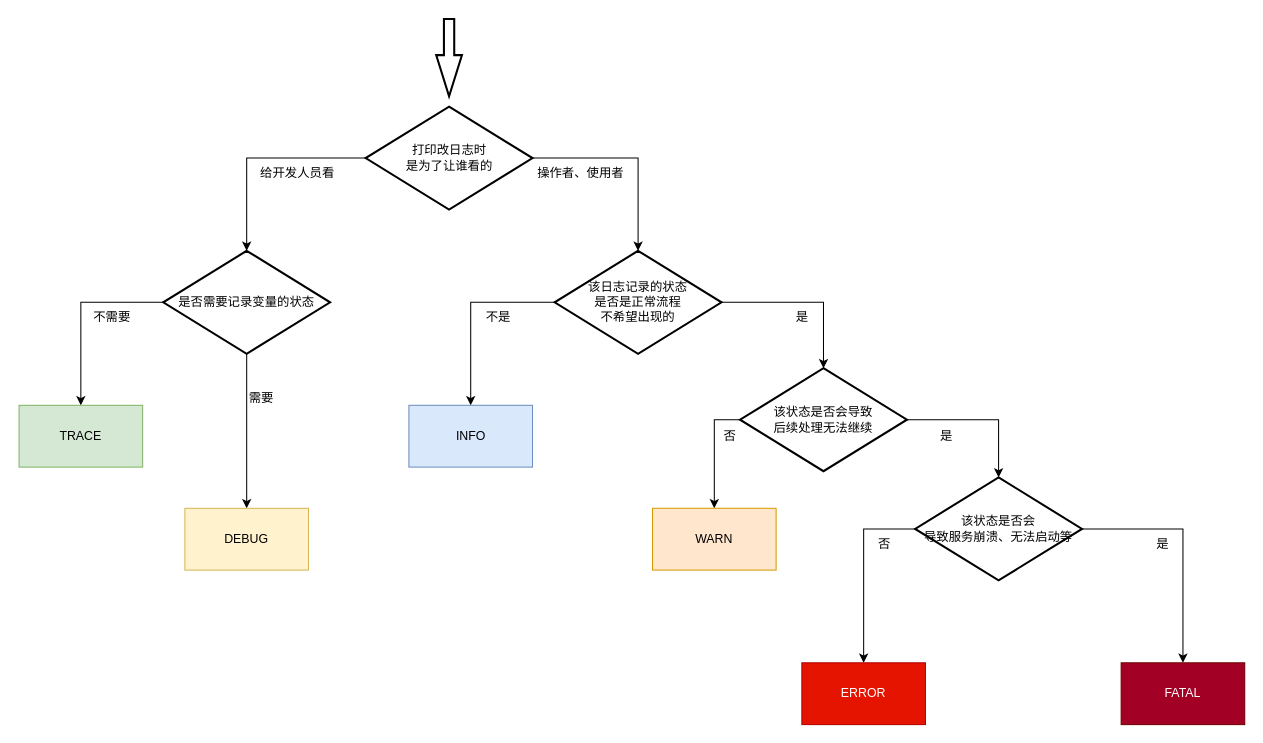
Earlier version of the draw.io diagram 日志级别.drawio (Rain-ziyu/img). Source tidied: cells renumbered, new cells numbered last; positions are measured from the earlier drawing's top-left corner, leaving out a move shared by most shapes. Both pictures are drawn from the tidied source at 103%, with x=0, y=0 at pixel (19, 19).
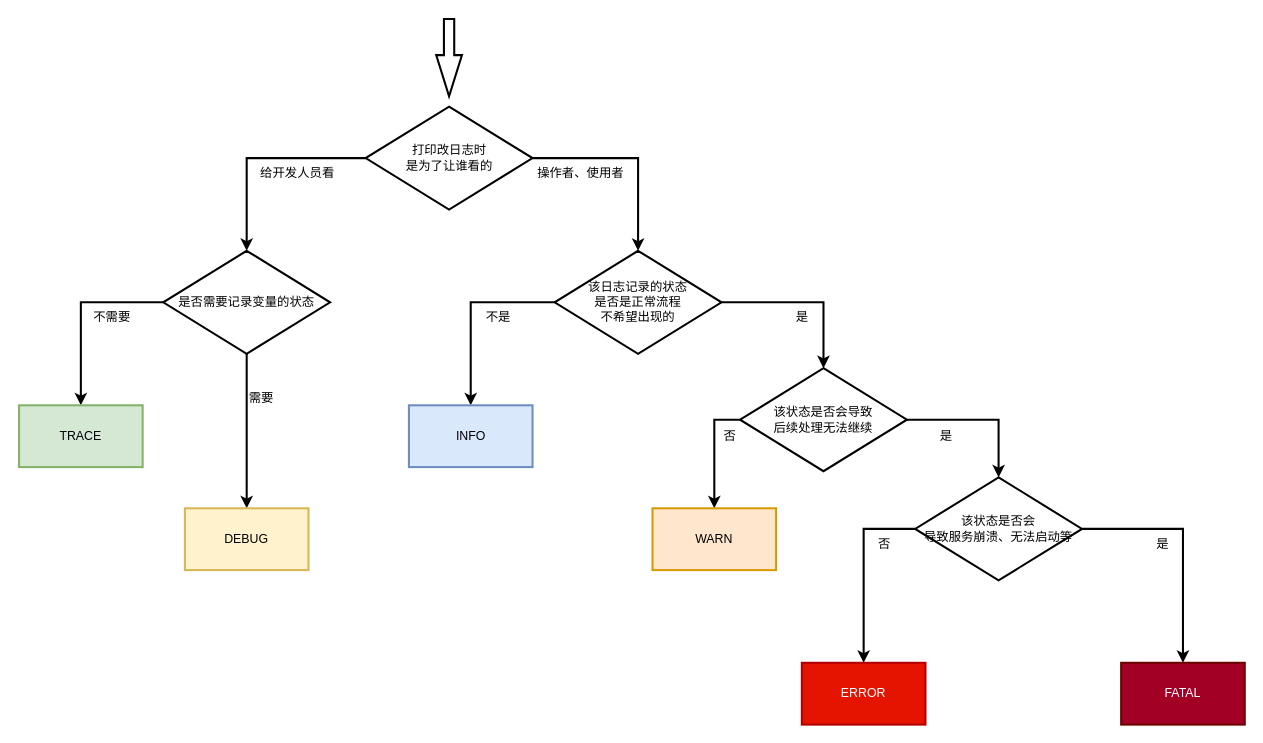
The same page after the edit.

Commit message (it also covers changes not shown here):
更新日志级别.drawio

Unchanged cells that the change refers to:
```xml
<mxCell id="3" value="打印改日志时&lt;div&gt;是&lt;span style=&quot;background-color: initial;&quot;&gt;为了让谁看的&lt;/span&gt;&lt;/div&gt;" style="strokeWidth=2;html=1;shape=mxgraph.flowchart.decision;whiteSpace=wrap;" parent="1" vertex="1">
  <mxGeometry x="336.5" y="85" width="162" height="100" as="geometry" />
</mxCell>
<mxCell id="6" value="是否需要记录变量的状态" style="strokeWidth=2;html=1;shape=mxgraph.flowchart.decision;whiteSpace=wrap;" parent="1" vertex="1">
  <mxGeometry x="140" y="225" width="162" height="100" as="geometry" />
</mxCell>
<mxCell id="14" value="该日志记录的状态&lt;div&gt;是否&lt;span style=&quot;background-color: initial;&quot;&gt;是正常流程&lt;/span&gt;&lt;/div&gt;&lt;div&gt;&lt;span style=&quot;background-color: initial;&quot;&gt;不希望出现的&lt;/span&gt;&lt;/div&gt;" style="strokeWidth=2;html=1;shape=mxgraph.flowchart.decision;whiteSpace=wrap;" parent="1" vertex="1">
  <mxGeometry x="520" y="225" width="162" height="100" as="geometry" />
</mxCell>
<mxCell id="20" value="该状态是否会导致&lt;div&gt;后续处理无法继续&lt;/div&gt;" style="strokeWidth=2;html=1;shape=mxgraph.flowchart.decision;whiteSpace=wrap;" parent="1" vertex="1">
  <mxGeometry x="700" y="339" width="162" height="100" as="geometry" />
</mxCell>
<mxCell id="26" value="该状态是否会&lt;div&gt;导致&lt;span style=&quot;background-color: initial;&quot;&gt;服务崩溃、无法启动等&lt;/span&gt;&lt;/div&gt;" style="strokeWidth=2;html=1;shape=mxgraph.flowchart.decision;whiteSpace=wrap;" parent="1" vertex="1">
  <mxGeometry x="870" y="445" width="162" height="100" as="geometry" />
</mxCell>
```

The edit, as a diff of the source:
```diff
@@
-    <mxCell id="4" style="edgeStyle=orthogonalEdgeStyle;rounded=0;jettySize=auto;html=1;entryX=0.5;entryY=0;entryDx=0;entryDy=0;" parent="1" edge="1" source="6" target="9">
+    <mxCell id="4" style="edgeStyle=orthogonalEdgeStyle;rounded=0;jettySize=auto;html=1;entryX=0.5;entryY=0;entryDx=0;entryDy=0;strokeWidth=2;" parent="1" edge="1" source="6" target="9">
       <mxGeometry relative="1" as="geometry" />
     </mxCell>
-    <mxCell id="5" style="edgeStyle=orthogonalEdgeStyle;rounded=0;jettySize=auto;html=1;entryX=0.5;entryY=0;entryDx=0;entryDy=0;" parent="1" edge="1" source="6" target="11">
+    <mxCell id="5" style="edgeStyle=orthogonalEdgeStyle;rounded=0;jettySize=auto;html=1;entryX=0.5;entryY=0;entryDx=0;entryDy=0;strokeWidth=2;" parent="1" edge="1" source="6" target="11">
       <mxGeometry relative="1" as="geometry" />
     </mxCell>
@@
-    <mxCell id="7" style="edgeStyle=orthogonalEdgeStyle;rounded=0;jettySize=auto;html=1;entryX=0.5;entryY=0;entryDx=0;entryDy=0;entryPerimeter=0;" parent="1" edge="1" source="3" target="6">
+    <mxCell id="7" style="edgeStyle=orthogonalEdgeStyle;rounded=0;jettySize=auto;html=1;entryX=0.5;entryY=0;entryDx=0;entryDy=0;entryPerimeter=0;strokeWidth=2;" parent="1" edge="1" source="3" target="6">
       <mxGeometry relative="1" as="geometry" />
     </mxCell>
-    <mxCell id="8" value="给开发人员看" style="text;html=1;align=center;verticalAlign=middle;strokeColor=none;fillColor=none;" parent="1" vertex="1">
+    <mxCell id="8" value="给开发人员看" style="text;html=1;align=center;verticalAlign=middle;strokeColor=none;fillColor=none;strokeWidth=2;" parent="1" vertex="1">
       <mxGeometry x="220" y="135" width="100" height="30" as="geometry" />
     </mxCell>
-    <mxCell id="9" value="TRACE" style="rounded=0;whiteSpace=wrap;html=1;fillColor=#d5e8d4;strokeColor=#82b366;" parent="1" vertex="1">
+    <mxCell id="9" value="TRACE" style="rounded=0;whiteSpace=wrap;html=1;fillColor=#d5e8d4;strokeColor=#82b366;strokeWidth=2;" parent="1" vertex="1">
       <mxGeometry y="375" width="120" height="60" as="geometry" />
     </mxCell>
-    <mxCell id="10" value="不需要" style="text;html=1;align=center;verticalAlign=middle;strokeColor=none;fillColor=none;" parent="1" vertex="1">
+    <mxCell id="10" value="不需要" style="text;html=1;align=center;verticalAlign=middle;strokeColor=none;fillColor=none;strokeWidth=2;" parent="1" vertex="1">
       <mxGeometry x="60" y="275" width="60" height="30" as="geometry" />
     </mxCell>
-    <mxCell id="11" value="DEBUG" style="rounded=0;whiteSpace=wrap;html=1;fillColor=#fff2cc;strokeColor=#d6b656;" parent="1" vertex="1">
+    <mxCell id="11" value="DEBUG" style="rounded=0;whiteSpace=wrap;html=1;fillColor=#fff2cc;strokeColor=#d6b656;strokeWidth=2;" parent="1" vertex="1">
       <mxGeometry x="161" y="475" width="120" height="60" as="geometry" />
     </mxCell>
-    <mxCell id="12" value="需要" style="text;html=1;align=center;verticalAlign=middle;strokeColor=none;fillColor=none;" parent="1" vertex="1">
+    <mxCell id="12" value="需要" style="text;html=1;align=center;verticalAlign=middle;strokeColor=none;fillColor=none;strokeWidth=2;" parent="1" vertex="1">
       <mxGeometry x="210" y="353" width="50" height="30" as="geometry" />
     </mxCell>
-    <mxCell id="13" style="edgeStyle=orthogonalEdgeStyle;rounded=0;jettySize=auto;html=1;entryX=0.5;entryY=0;entryDx=0;entryDy=0;" parent="1" edge="1" source="14" target="17">
+    <mxCell id="13" style="edgeStyle=orthogonalEdgeStyle;rounded=0;jettySize=auto;html=1;entryX=0.5;entryY=0;entryDx=0;entryDy=0;strokeWidth=2;" parent="1" edge="1" source="14" target="17">
       <mxGeometry relative="1" as="geometry" />
     </mxCell>
@@
-    <mxCell id="15" style="edgeStyle=orthogonalEdgeStyle;rounded=0;jettySize=auto;html=1;entryX=0.5;entryY=0;entryDx=0;entryDy=0;entryPerimeter=0;" parent="1" edge="1" source="3" target="14">
+    <mxCell id="15" style="edgeStyle=orthogonalEdgeStyle;rounded=0;jettySize=auto;html=1;entryX=0.5;entryY=0;entryDx=0;entryDy=0;entryPerimeter=0;strokeWidth=2;" parent="1" edge="1" source="3" target="14">
       <mxGeometry relative="1" as="geometry" />
     </mxCell>
-    <mxCell id="16" value="操作者、使用者" style="text;html=1;align=center;verticalAlign=middle;strokeColor=none;fillColor=none;" parent="1" vertex="1">
+    <mxCell id="16" value="操作者、使用者" style="text;html=1;align=center;verticalAlign=middle;strokeColor=none;fillColor=none;strokeWidth=2;" parent="1" vertex="1">
       <mxGeometry x="490" y="135" width="110" height="30" as="geometry" />
     </mxCell>
-    <mxCell id="17" value="INFO" style="rounded=0;whiteSpace=wrap;html=1;fillColor=#dae8fc;strokeColor=#6c8ebf;" parent="1" vertex="1">
+    <mxCell id="17" value="INFO" style="rounded=0;whiteSpace=wrap;html=1;fillColor=#dae8fc;strokeColor=#6c8ebf;strokeWidth=2;" parent="1" vertex="1">
       <mxGeometry x="378.5" y="375" width="120" height="60" as="geometry" />
     </mxCell>
-    <mxCell id="18" value="不是" style="text;html=1;align=center;verticalAlign=middle;strokeColor=none;fillColor=none;" parent="1" vertex="1">
+    <mxCell id="18" value="不是" style="text;html=1;align=center;verticalAlign=middle;strokeColor=none;fillColor=none;strokeWidth=2;" parent="1" vertex="1">
       <mxGeometry x="440" y="275" width="50" height="30" as="geometry" />
     </mxCell>
-    <mxCell id="19" style="edgeStyle=orthogonalEdgeStyle;rounded=0;jettySize=auto;html=1;entryX=0.5;entryY=0;entryDx=0;entryDy=0;" parent="1" edge="1" source="20" target="23">
+    <mxCell id="19" style="edgeStyle=orthogonalEdgeStyle;rounded=0;jettySize=auto;html=1;entryX=0.5;entryY=0;entryDx=0;entryDy=0;strokeWidth=2;" parent="1" edge="1" source="20" target="23">
       <mxGeometry relative="1" as="geometry">
         <Array as="points">
           <mxPoint x="675" y="389" />
         </Array>
       </mxGeometry>
     </mxCell>
@@
-    <mxCell id="21" style="edgeStyle=orthogonalEdgeStyle;rounded=0;jettySize=auto;html=1;entryX=0.5;entryY=0;entryDx=0;entryDy=0;entryPerimeter=0;" parent="1" edge="1" source="14" target="20">
+    <mxCell id="21" style="edgeStyle=orthogonalEdgeStyle;rounded=0;jettySize=auto;html=1;entryX=0.5;entryY=0;entryDx=0;entryDy=0;entryPerimeter=0;strokeWidth=2;" parent="1" edge="1" source="14" target="20">
       <mxGeometry relative="1" as="geometry" />
     </mxCell>
-    <mxCell id="22" value="是" style="text;html=1;align=center;verticalAlign=middle;strokeColor=none;fillColor=none;" parent="1" vertex="1">
+    <mxCell id="22" value="是" style="text;html=1;align=center;verticalAlign=middle;strokeColor=none;fillColor=none;strokeWidth=2;" parent="1" vertex="1">
       <mxGeometry x="740" y="275" width="40" height="30" as="geometry" />
     </mxCell>
-    <mxCell id="23" value="WARN" style="rounded=0;whiteSpace=wrap;html=1;fillColor=#ffe6cc;strokeColor=#d79b00;" parent="1" vertex="1">
+    <mxCell id="23" value="WARN" style="rounded=0;whiteSpace=wrap;html=1;fillColor=#ffe6cc;strokeColor=#d79b00;strokeWidth=2;" parent="1" vertex="1">
       <mxGeometry x="615" y="475" width="120" height="60" as="geometry" />
     </mxCell>
-    <mxCell id="24" style="edgeStyle=orthogonalEdgeStyle;rounded=0;jettySize=auto;html=1;entryX=0.5;entryY=0;entryDx=0;entryDy=0;" parent="1" edge="1" source="26" target="30">
+    <mxCell id="24" style="edgeStyle=orthogonalEdgeStyle;rounded=0;jettySize=auto;html=1;entryX=0.5;entryY=0;entryDx=0;entryDy=0;strokeWidth=2;" parent="1" edge="1" source="26" target="30">
       <mxGeometry relative="1" as="geometry">
         <Array as="points">
           <mxPoint x="820" y="495" />
         </Array>
       </mxGeometry>
     </mxCell>
-    <mxCell id="25" style="edgeStyle=orthogonalEdgeStyle;rounded=0;jettySize=auto;html=1;entryX=0.5;entryY=0;entryDx=0;entryDy=0;" parent="1" edge="1" source="26" target="32">
+    <mxCell id="25" style="edgeStyle=orthogonalEdgeStyle;rounded=0;jettySize=auto;html=1;entryX=0.5;entryY=0;entryDx=0;entryDy=0;strokeWidth=2;" parent="1" edge="1" source="26" target="32">
       <mxGeometry relative="1" as="geometry" />
     </mxCell>
@@
-    <mxCell id="27" value="否" style="text;html=1;align=center;verticalAlign=middle;strokeColor=none;fillColor=none;" parent="1" vertex="1">
+    <mxCell id="27" value="否" style="text;html=1;align=center;verticalAlign=middle;strokeColor=none;fillColor=none;strokeWidth=2;" parent="1" vertex="1">
       <mxGeometry x="670" y="390" width="40" height="30" as="geometry" />
     </mxCell>
-    <mxCell id="28" style="edgeStyle=orthogonalEdgeStyle;rounded=0;jettySize=auto;html=1;entryX=0.5;entryY=0;entryDx=0;entryDy=0;entryPerimeter=0;" parent="1" edge="1" source="20" target="26">
+    <mxCell id="28" style="edgeStyle=orthogonalEdgeStyle;rounded=0;jettySize=auto;html=1;entryX=0.5;entryY=0;entryDx=0;entryDy=0;entryPerimeter=0;strokeWidth=2;" parent="1" edge="1" source="20" target="26">
       <mxGeometry relative="1" as="geometry" />
     </mxCell>
-    <mxCell id="29" value="是" style="text;html=1;align=center;verticalAlign=middle;strokeColor=none;fillColor=none;" parent="1" vertex="1">
+    <mxCell id="29" value="是" style="text;html=1;align=center;verticalAlign=middle;strokeColor=none;fillColor=none;strokeWidth=2;" parent="1" vertex="1">
       <mxGeometry x="880" y="390" width="40" height="30" as="geometry" />
     </mxCell>
-    <mxCell id="30" value="ERROR" style="rounded=0;whiteSpace=wrap;html=1;fillColor=#e51400;strokeColor=#B20000;fontColor=#ffffff;" parent="1" vertex="1">
+    <mxCell id="30" value="ERROR" style="rounded=0;whiteSpace=wrap;html=1;fillColor=#e51400;strokeColor=#B20000;fontColor=#ffffff;strokeWidth=2;" parent="1" vertex="1">
       <mxGeometry x="760" y="625" width="120" height="60" as="geometry" />
     </mxCell>
-    <mxCell id="31" value="否" style="text;html=1;align=center;verticalAlign=middle;strokeColor=none;fillColor=none;" parent="1" vertex="1">
+    <mxCell id="31" value="否" style="text;html=1;align=center;verticalAlign=middle;strokeColor=none;fillColor=none;strokeWidth=2;" parent="1" vertex="1">
       <mxGeometry x="820" y="495" width="40" height="30" as="geometry" />
     </mxCell>
-    <mxCell id="32" value="FATAL" style="rounded=0;whiteSpace=wrap;html=1;fillColor=#a20025;fontColor=#ffffff;strokeColor=#6F0000;" parent="1" vertex="1">
+    <mxCell id="32" value="FATAL" style="rounded=0;whiteSpace=wrap;html=1;fillColor=#a20025;fontColor=#ffffff;strokeColor=#6F0000;strokeWidth=2;" parent="1" vertex="1">
       <mxGeometry x="1070" y="625" width="120" height="60" as="geometry" />
     </mxCell>
-    <mxCell id="33" value="是" style="text;html=1;align=center;verticalAlign=middle;strokeColor=none;fillColor=none;" parent="1" vertex="1">
+    <mxCell id="33" value="是" style="text;html=1;align=center;verticalAlign=middle;strokeColor=none;fillColor=none;strokeWidth=2;" parent="1" vertex="1">
       <mxGeometry x="1090" y="495" width="40" height="30" as="geometry" />
     </mxCell>
```
